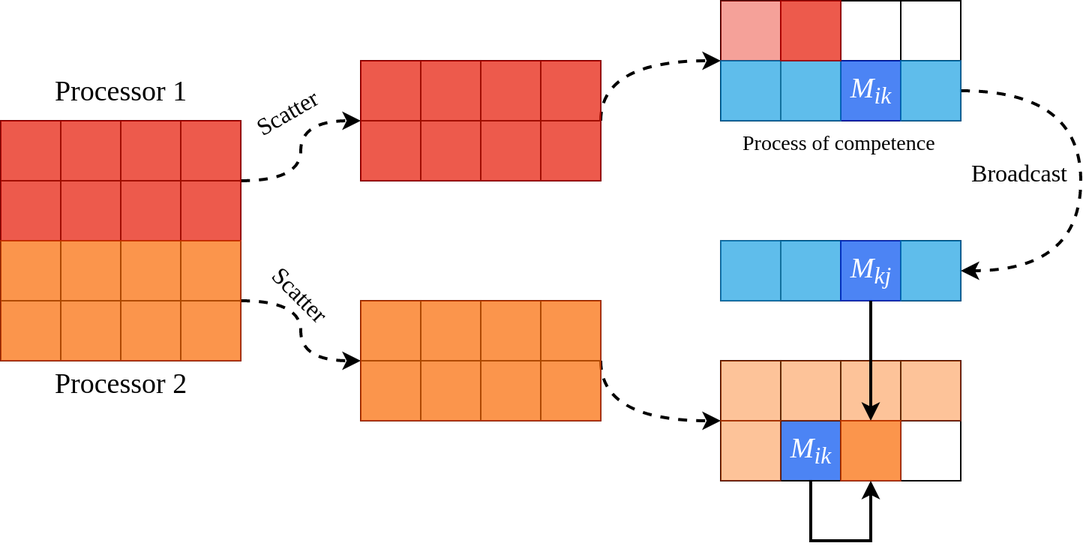
Before: report/diagrams/mpi-scatter.png, a diagram exported from draw.io (firaja/Parallel-FloydWarshall). Source tidied: cells renumbered, new cells last; positions are measured from the earlier drawing's top-left corner, leaving out a move shared by most shapes. Source of this version:
```xml
<mxGraphModel>
  <root>
    <mxCell id="0" />
    <mxCell id="1" parent="0" />
    <mxCell id="2" style="rounded=0;whiteSpace=wrap;html=1;fillColor=#0050ef;strokeColor=#001DBC;opacity=70;fontColor=#ffffff;" parent="1" vertex="1">
      <mxGeometry x="540" y="280" width="40" height="40" as="geometry" />
    </mxCell>
    <mxCell id="3" style="whiteSpace=wrap;html=1;fillColor=none;" parent="1" vertex="1">
      <mxGeometry x="20" y="80" width="160" height="160" as="geometry" />
    </mxCell>
    <mxCell id="4" style="rounded=0;whiteSpace=wrap;html=1;fillColor=none;" parent="1" vertex="1">
      <mxGeometry x="20" y="120" width="160" height="40" as="geometry" />
    </mxCell>
    <mxCell id="5" style="rounded=0;whiteSpace=wrap;html=1;fillColor=none;" parent="1" vertex="1">
      <mxGeometry x="20" y="200" width="160" height="40" as="geometry" />
    </mxCell>
    <mxCell id="6" style="rounded=0;whiteSpace=wrap;html=1;fillColor=none;rotation=90;" parent="1" vertex="1">
      <mxGeometry y="140" width="160" height="40" as="geometry" />
    </mxCell>
    <mxCell id="7" style="edgeStyle=orthogonalEdgeStyle;rounded=0;jettySize=auto;html=1;exitX=0.75;exitY=0;exitDx=0;exitDy=0;entryX=0;entryY=0.5;entryDx=0;entryDy=0;curved=1;strokeWidth=2;dashed=1;" parent="1" edge="1" source="10" target="26">
      <mxGeometry relative="1" as="geometry" />
    </mxCell>
    <mxCell id="8" style="edgeStyle=orthogonalEdgeStyle;curved=1;rounded=0;jettySize=auto;html=1;exitX=0.25;exitY=0;exitDx=0;exitDy=0;strokeWidth=2;dashed=1;" parent="1" edge="1" source="10" target="24">
      <mxGeometry relative="1" as="geometry" />
    </mxCell>
    <mxCell id="9" value="Scatter" style="edgeLabel;html=1;align=center;verticalAlign=middle;fontFamily=Verdana;fontSize=16;rotation=-30;" parent="8" vertex="1">
      <mxGeometry x="0.48" y="-7" relative="1" as="geometry">
        <mxPoint x="-19" y="-12" as="offset" />
      </mxGeometry>
    </mxCell>
    <mxCell id="10" style="rounded=0;whiteSpace=wrap;html=1;fillColor=none;rotation=90;" parent="1" vertex="1">
      <mxGeometry x="80" y="140" width="160" height="40" as="geometry" />
    </mxCell>
    <mxCell id="11" style="rounded=0;whiteSpace=wrap;html=1;fillColor=none;" parent="1" vertex="1">
      <mxGeometry x="260" y="40" width="160" height="80" as="geometry" />
    </mxCell>
    <mxCell id="12" style="rounded=0;whiteSpace=wrap;html=1;fillColor=none;" parent="1" vertex="1">
      <mxGeometry x="260" y="200" width="160" height="80" as="geometry" />
    </mxCell>
    <mxCell id="13" style="rounded=0;whiteSpace=wrap;html=1;fillColor=none;" parent="1" vertex="1">
      <mxGeometry x="260" y="240" width="40" height="40" as="geometry" />
    </mxCell>
    <mxCell id="14" style="rounded=0;whiteSpace=wrap;html=1;fillColor=none;" parent="1" vertex="1">
      <mxGeometry x="340" y="240" width="40" height="40" as="geometry" />
    </mxCell>
    <mxCell id="15" style="rounded=0;whiteSpace=wrap;html=1;fillColor=none;" parent="1" vertex="1">
      <mxGeometry x="300" y="200" width="40" height="40" as="geometry" />
    </mxCell>
    <mxCell id="16" style="rounded=0;whiteSpace=wrap;html=1;fillColor=none;" parent="1" vertex="1">
      <mxGeometry x="380" y="200" width="40" height="40" as="geometry" />
    </mxCell>
    <mxCell id="17" style="rounded=0;whiteSpace=wrap;html=1;fillColor=none;" parent="1" vertex="1">
      <mxGeometry x="260" y="80" width="40" height="40" as="geometry" />
    </mxCell>
    <mxCell id="18" style="rounded=0;whiteSpace=wrap;html=1;fillColor=none;" parent="1" vertex="1">
      <mxGeometry x="300" y="40" width="40" height="40" as="geometry" />
    </mxCell>
    <mxCell id="19" style="rounded=0;whiteSpace=wrap;html=1;fillColor=none;" parent="1" vertex="1">
      <mxGeometry x="340" y="80" width="40" height="40" as="geometry" />
    </mxCell>
    <mxCell id="20" style="rounded=0;whiteSpace=wrap;html=1;fillColor=none;" parent="1" vertex="1">
      <mxGeometry x="380" y="40" width="40" height="40" as="geometry" />
    </mxCell>
    <mxCell id="21" style="rounded=0;whiteSpace=wrap;html=1;fillColor=#e51400;strokeColor=#B20000;opacity=70;fontColor=#ffffff;" parent="1" vertex="1">
      <mxGeometry x="20" y="80" width="160" height="80" as="geometry" />
    </mxCell>
    <mxCell id="22" style="rounded=0;whiteSpace=wrap;html=1;fillColor=#fa6800;strokeColor=#C73500;opacity=70;fontColor=#ffffff;" parent="1" vertex="1">
      <mxGeometry x="20" y="160" width="160" height="80" as="geometry" />
    </mxCell>
    <mxCell id="23" style="edgeStyle=orthogonalEdgeStyle;curved=1;rounded=0;jettySize=auto;html=1;exitX=1;exitY=0.5;exitDx=0;exitDy=0;entryX=0;entryY=0;entryDx=0;entryDy=0;strokeWidth=2;dashed=1;" parent="1" edge="1" source="24" target="29">
      <mxGeometry relative="1" as="geometry">
        <Array as="points">
          <mxPoint x="420" y="40" />
        </Array>
      </mxGeometry>
    </mxCell>
    <mxCell id="24" style="rounded=0;whiteSpace=wrap;html=1;fillColor=#e51400;strokeColor=#B20000;opacity=70;fontColor=#ffffff;" parent="1" vertex="1">
      <mxGeometry x="260" y="40" width="160" height="80" as="geometry" />
    </mxCell>
    <mxCell id="25" style="edgeStyle=orthogonalEdgeStyle;curved=1;rounded=0;jettySize=auto;html=1;exitX=1;exitY=0.5;exitDx=0;exitDy=0;entryX=0;entryY=0;entryDx=0;entryDy=0;strokeWidth=2;dashed=1;" parent="1" edge="1" source="26" target="34">
      <mxGeometry relative="1" as="geometry">
        <Array as="points">
          <mxPoint x="420" y="280" />
        </Array>
      </mxGeometry>
    </mxCell>
    <mxCell id="26" style="rounded=0;whiteSpace=wrap;html=1;fillColor=#fa6800;strokeColor=#C73500;opacity=70;fontColor=#ffffff;" parent="1" vertex="1">
      <mxGeometry x="260" y="200" width="160" height="80" as="geometry" />
    </mxCell>
    <mxCell id="27" style="edgeStyle=orthogonalEdgeStyle;curved=1;rounded=0;jettySize=auto;html=1;exitX=1;exitY=0.75;exitDx=0;exitDy=0;entryX=1;entryY=0.5;entryDx=0;entryDy=0;strokeWidth=2;dashed=1;" parent="1" edge="1" source="28" target="46">
      <mxGeometry relative="1" as="geometry">
        <Array as="points">
          <mxPoint x="740" y="60" />
          <mxPoint x="740" y="180" />
        </Array>
      </mxGeometry>
    </mxCell>
    <mxCell id="28" style="rounded=0;whiteSpace=wrap;html=1;fillColor=none;" parent="1" vertex="1">
      <mxGeometry x="500" width="160" height="80" as="geometry" />
    </mxCell>
    <mxCell id="29" style="rounded=0;whiteSpace=wrap;html=1;fillColor=none;" parent="1" vertex="1">
      <mxGeometry x="500" y="40" width="40" height="40" as="geometry" />
    </mxCell>
    <mxCell id="30" style="rounded=0;whiteSpace=wrap;html=1;fillColor=none;" parent="1" vertex="1">
      <mxGeometry x="540" width="40" height="40" as="geometry" />
    </mxCell>
    <mxCell id="31" style="rounded=0;whiteSpace=wrap;html=1;fillColor=none;" parent="1" vertex="1">
      <mxGeometry x="580" y="40" width="40" height="40" as="geometry" />
    </mxCell>
    <mxCell id="32" style="rounded=0;whiteSpace=wrap;html=1;fillColor=none;" parent="1" vertex="1">
      <mxGeometry x="620" width="40" height="40" as="geometry" />
    </mxCell>
    <mxCell id="33" style="rounded=0;whiteSpace=wrap;html=1;fillColor=none;" parent="1" vertex="1">
      <mxGeometry x="500" y="240" width="160" height="80" as="geometry" />
    </mxCell>
    <mxCell id="34" style="rounded=0;whiteSpace=wrap;html=1;fillColor=none;" parent="1" vertex="1">
      <mxGeometry x="500" y="280" width="40" height="40" as="geometry" />
    </mxCell>
    <mxCell id="35" style="rounded=0;whiteSpace=wrap;html=1;fillColor=none;" parent="1" vertex="1">
      <mxGeometry x="540" y="240" width="40" height="40" as="geometry" />
    </mxCell>
    <mxCell id="36" style="rounded=0;whiteSpace=wrap;html=1;fillColor=none;" parent="1" vertex="1">
      <mxGeometry x="580" y="280" width="40" height="40" as="geometry" />
    </mxCell>
    <mxCell id="37" style="rounded=0;whiteSpace=wrap;html=1;fillColor=none;" parent="1" vertex="1">
      <mxGeometry x="620" y="240" width="40" height="40" as="geometry" />
    </mxCell>
    <mxCell id="38" style="rounded=0;whiteSpace=wrap;html=1;fillColor=#e51400;strokeColor=#B20000;opacity=40;fontColor=#ffffff;" parent="1" vertex="1">
      <mxGeometry x="500" width="40" height="40" as="geometry" />
    </mxCell>
    <mxCell id="39" style="rounded=0;whiteSpace=wrap;html=1;fillColor=#0050ef;strokeColor=#001DBC;opacity=70;fontColor=#ffffff;" parent="1" vertex="1">
      <mxGeometry x="580" y="40" width="40" height="40" as="geometry" />
    </mxCell>
    <mxCell id="40" value="&lt;i&gt;&lt;font color=&quot;#ffffff&quot;&gt;M&lt;sub&gt;ik&lt;/sub&gt;&lt;/font&gt;&lt;/i&gt;" style="text;html=1;align=center;verticalAlign=middle;fontSize=19;fontFamily=Verdana;fontColor=#000000;" parent="1" vertex="1">
      <mxGeometry x="580" y="45" width="40" height="30" as="geometry" />
    </mxCell>
    <mxCell id="41" style="rounded=0;whiteSpace=wrap;html=1;strokeColor=#006EAF;opacity=70;fillColor=#1ba1e2;fontColor=#ffffff;" parent="1" vertex="1">
      <mxGeometry x="500" y="40" width="80" height="40" as="geometry" />
    </mxCell>
    <mxCell id="42" style="rounded=0;whiteSpace=wrap;html=1;strokeColor=#006EAF;opacity=70;fillColor=#1ba1e2;fontColor=#ffffff;" parent="1" vertex="1">
      <mxGeometry x="620" y="40" width="40" height="40" as="geometry" />
    </mxCell>
    <mxCell id="43" style="rounded=0;whiteSpace=wrap;html=1;fillColor=none;opacity=70;" parent="1" vertex="1">
      <mxGeometry x="500" y="160" width="160" height="40" as="geometry" />
    </mxCell>
    <mxCell id="44" style="rounded=0;whiteSpace=wrap;html=1;strokeColor=#B20000;opacity=70;fillColor=#e51400;fontColor=#ffffff;rotation=-180;" parent="1" vertex="1">
      <mxGeometry x="540" width="40" height="40" as="geometry" />
    </mxCell>
    <mxCell id="45" style="rounded=0;whiteSpace=wrap;html=1;fillColor=none;" parent="1" vertex="1">
      <mxGeometry x="540" y="160" width="40" height="40" as="geometry" />
    </mxCell>
    <mxCell id="46" style="rounded=0;whiteSpace=wrap;html=1;fillColor=none;" parent="1" vertex="1">
      <mxGeometry x="620" y="160" width="40" height="40" as="geometry" />
    </mxCell>
    <mxCell id="47" style="rounded=0;whiteSpace=wrap;html=1;strokeColor=#006EAF;opacity=70;fillColor=#1ba1e2;fontColor=#ffffff;" parent="1" vertex="1">
      <mxGeometry x="500" y="160" width="80" height="40" as="geometry" />
    </mxCell>
    <mxCell id="48" style="rounded=0;whiteSpace=wrap;html=1;fillColor=#0050ef;strokeColor=#001DBC;opacity=70;fontColor=#ffffff;" parent="1" vertex="1">
      <mxGeometry x="580" y="160" width="40" height="40" as="geometry" />
    </mxCell>
    <mxCell id="49" value="&lt;i&gt;&lt;font color=&quot;#ffffff&quot;&gt;M&lt;sub&gt;ik&lt;/sub&gt;&lt;/font&gt;&lt;/i&gt;" style="text;html=1;align=center;verticalAlign=middle;fontSize=19;fontFamily=Verdana;fontColor=#000000;" parent="1" vertex="1">
      <mxGeometry x="540" y="285" width="40" height="30" as="geometry" />
    </mxCell>
    <mxCell id="50" style="rounded=0;whiteSpace=wrap;html=1;strokeColor=#006EAF;opacity=70;fillColor=#1ba1e2;fontColor=#ffffff;" parent="1" vertex="1">
      <mxGeometry x="620" y="160" width="40" height="40" as="geometry" />
    </mxCell>
    <mxCell id="51" style="rounded=0;whiteSpace=wrap;html=1;strokeColor=#C73500;opacity=40;fillColor=#fa6800;fontColor=#ffffff;" parent="1" vertex="1">
      <mxGeometry x="500" y="240" width="160" height="40" as="geometry" />
    </mxCell>
    <mxCell id="52" style="rounded=0;whiteSpace=wrap;html=1;strokeColor=#C73500;opacity=40;fillColor=#fa6800;fontColor=#ffffff;" parent="1" vertex="1">
      <mxGeometry x="500" y="280" width="40" height="40" as="geometry" />
    </mxCell>
    <mxCell id="53" style="edgeStyle=orthogonalEdgeStyle;curved=1;rounded=0;jettySize=auto;html=1;exitX=0.5;exitY=1;exitDx=0;exitDy=0;entryX=0.5;entryY=1;entryDx=0;entryDy=0;strokeWidth=2;" parent="1" edge="1" source="48" target="56">
      <mxGeometry relative="1" as="geometry" />
    </mxCell>
    <mxCell id="54" style="rounded=0;jettySize=auto;html=1;entryX=0.5;entryY=0;entryDx=0;entryDy=0;strokeWidth=2;edgeStyle=orthogonalEdgeStyle;" parent="1" edge="1" source="2" target="56">
      <mxGeometry relative="1" as="geometry">
        <Array as="points">
          <mxPoint x="560" y="360" />
          <mxPoint x="600" y="360" />
        </Array>
      </mxGeometry>
    </mxCell>
    <mxCell id="55" value="&lt;i&gt;&lt;font color=&quot;#ffffff&quot;&gt;M&lt;sub&gt;kj&lt;/sub&gt;&lt;/font&gt;&lt;/i&gt;" style="text;html=1;align=center;verticalAlign=middle;fontSize=19;fontFamily=Verdana;fontColor=#000000;" parent="1" vertex="1">
      <mxGeometry x="580" y="165" width="40" height="30" as="geometry" />
    </mxCell>
    <mxCell id="56" style="rounded=0;whiteSpace=wrap;html=1;strokeColor=#C73500;opacity=70;fillColor=#fa6800;fontColor=#ffffff;rotation=-180;" parent="1" vertex="1">
      <mxGeometry x="580" y="280" width="40" height="40" as="geometry" />
    </mxCell>
    <mxCell id="57" value="Processor 1" style="text;html=1;align=center;verticalAlign=middle;fontFamily=Verdana;fontSize=19;rotation=0;" parent="1" vertex="1">
      <mxGeometry x="50" y="45" width="100" height="30" as="geometry" />
    </mxCell>
    <mxCell id="58" value="Processor 2" style="text;html=1;align=center;verticalAlign=middle;fontFamily=Verdana;fontSize=19;rotation=0;" parent="1" vertex="1">
      <mxGeometry x="50" y="240" width="100" height="30" as="geometry" />
    </mxCell>
    <mxCell id="59" value="Scatter" style="edgeLabel;html=1;align=center;verticalAlign=middle;fontFamily=Verdana;fontSize=16;rotation=45;" parent="1" vertex="1">
      <mxGeometry x="220" y="195" as="geometry" />
    </mxCell>
    <mxCell id="60" value="Broadcast" style="edgeLabel;html=1;align=center;verticalAlign=middle;fontFamily=Verdana;fontSize=16;" parent="1" vertex="1">
      <mxGeometry x="690" y="100" as="geometry">
        <mxPoint x="8" y="14" as="offset" />
      </mxGeometry>
    </mxCell>
    <mxCell id="61" value="&lt;span style=&quot;color: rgb(0 , 0 , 0) ; font-family: &amp;#34;verdana&amp;#34; ; font-size: 14px ; font-weight: 400 ; letter-spacing: normal ; text-align: center ; text-indent: 0px ; text-transform: none ; word-spacing: 0px ; background-color: rgb(255 , 255 , 255) ; display: inline ; float: none&quot;&gt;Process of competence&lt;/span&gt;" style="text;whiteSpace=wrap;html=1;fontStyle=0;fontSize=14;" parent="1" vertex="1">
      <mxGeometry x="512.5" y="80" width="135" height="30" as="geometry" />
    </mxCell>
  </root>
</mxGraphModel>
```
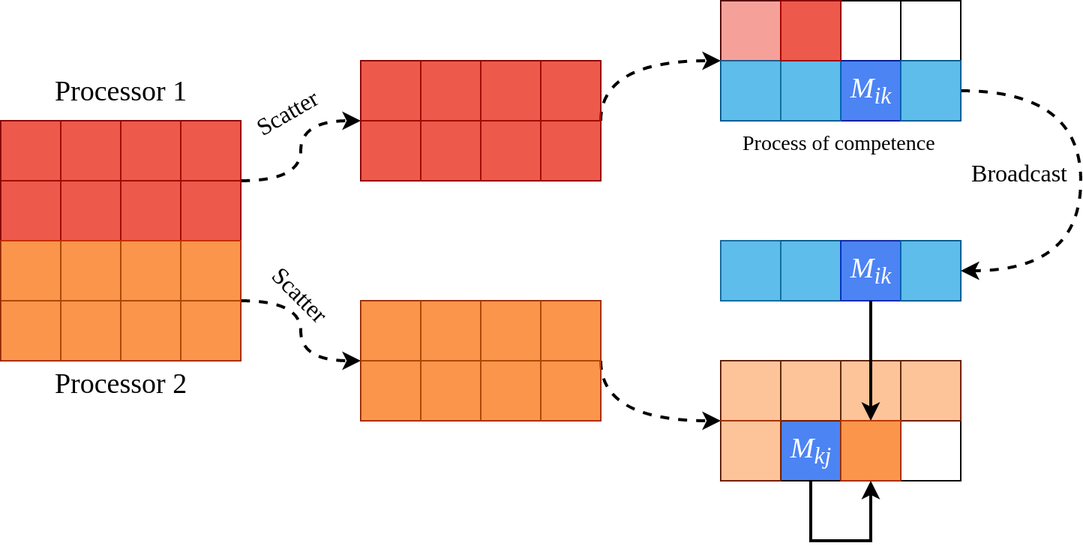
The same file after the commit.

Change to the diagram source:
```diff
@@ -158,7 +158,7 @@
     <mxCell id="48" style="rounded=0;whiteSpace=wrap;html=1;fillColor=#0050ef;strokeColor=#001DBC;opacity=70;fontColor=#ffffff;" parent="1" vertex="1">
       <mxGeometry x="580" y="160" width="40" height="40" as="geometry" />
     </mxCell>
-    <mxCell id="49" value="&lt;i&gt;&lt;font color=&quot;#ffffff&quot;&gt;M&lt;sub&gt;ik&lt;/sub&gt;&lt;/font&gt;&lt;/i&gt;" style="text;html=1;align=center;verticalAlign=middle;fontSize=19;fontFamily=Verdana;fontColor=#000000;" parent="1" vertex="1">
+    <mxCell id="49" value="&lt;i&gt;&lt;font color=&quot;#ffffff&quot;&gt;M&lt;sub&gt;kj&lt;/sub&gt;&lt;/font&gt;&lt;/i&gt;" style="text;html=1;align=center;verticalAlign=middle;fontSize=19;fontFamily=Verdana;fontColor=#000000;" parent="1" vertex="1">
       <mxGeometry x="540" y="285" width="40" height="30" as="geometry" />
     </mxCell>
     <mxCell id="50" style="rounded=0;whiteSpace=wrap;html=1;strokeColor=#006EAF;opacity=70;fillColor=#1ba1e2;fontColor=#ffffff;" parent="1" vertex="1">
@@ -181,7 +181,7 @@
         </Array>
       </mxGeometry>
     </mxCell>
-    <mxCell id="55" value="&lt;i&gt;&lt;font color=&quot;#ffffff&quot;&gt;M&lt;sub&gt;kj&lt;/sub&gt;&lt;/font&gt;&lt;/i&gt;" style="text;html=1;align=center;verticalAlign=middle;fontSize=19;fontFamily=Verdana;fontColor=#000000;" parent="1" vertex="1">
+    <mxCell id="55" value="&lt;i&gt;&lt;font color=&quot;#ffffff&quot;&gt;M&lt;sub&gt;ik&lt;/sub&gt;&lt;/font&gt;&lt;/i&gt;" style="text;html=1;align=center;verticalAlign=middle;fontSize=19;fontFamily=Verdana;fontColor=#000000;" parent="1" vertex="1">
       <mxGeometry x="580" y="165" width="40" height="30" as="geometry" />
     </mxCell>
     <mxCell id="56" style="rounded=0;whiteSpace=wrap;html=1;strokeColor=#C73500;opacity=70;fillColor=#fa6800;fontColor=#ffffff;rotation=-180;" parent="1" vertex="1">
```
